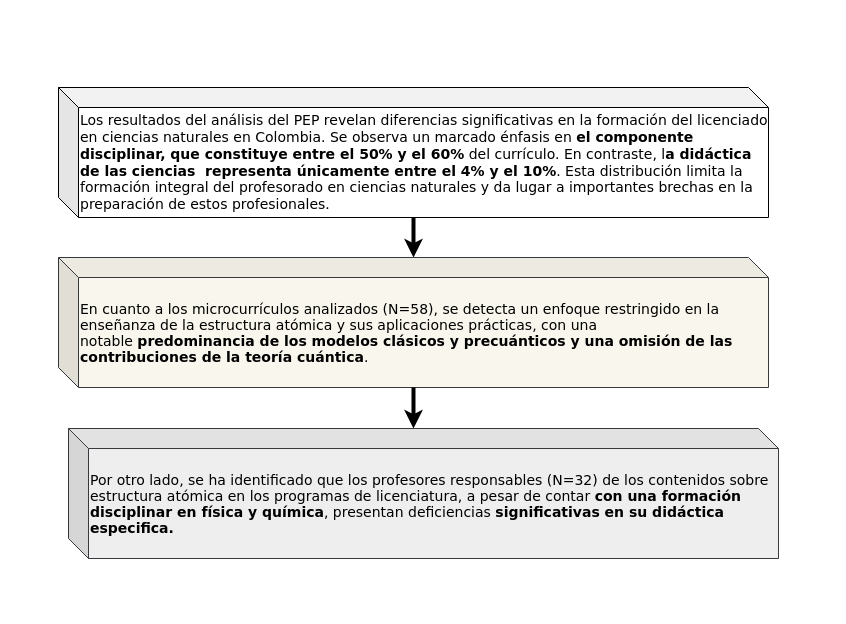
This is CDC3.drawio from luisedchaf/Drawio, a draw.io file, before an edit. Source tidied: cells renumbered, new cells numbered last; positions are measured from the earlier drawing's top-left corner, leaving out a move shared by most shapes. Both pictures are drawn from the tidied source at 100%, with x=0, y=0 at pixel (58, 87).
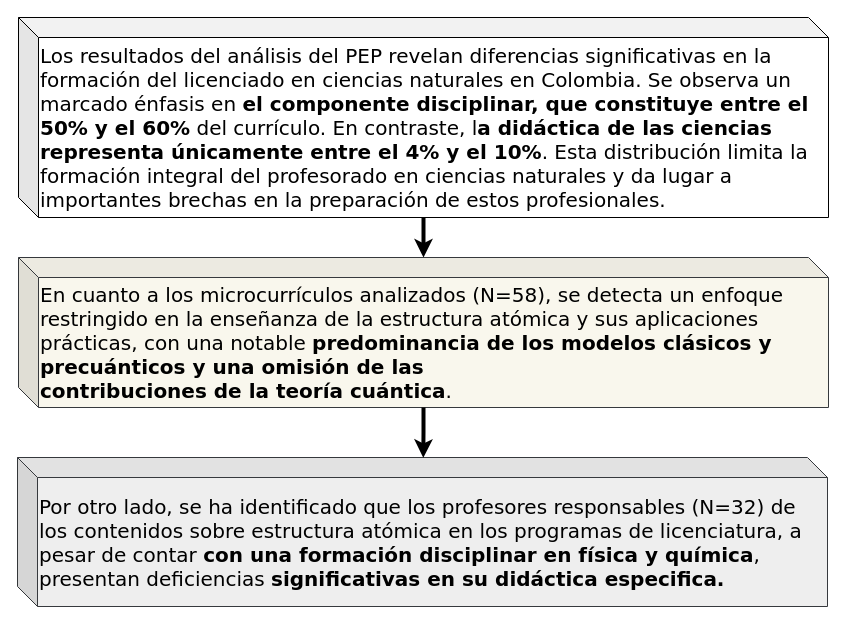
Above is the later version.

Change to the diagram source:
```diff
@@
 <mxGraphModel>
   <root>
     <mxCell id="0" />
     <mxCell id="1" parent="0" />
     <mxCell id="2" style="edgeStyle=orthogonalEdgeStyle;rounded=0;jettySize=auto;html=1;strokeWidth=4;" parent="1" edge="1" source="3" target="4">
       <mxGeometry relative="1" as="geometry" />
     </mxCell>
-    <mxCell id="3" value="&lt;div&gt;Los resultados del análisis del PEP revelan diferencias significativas en la formación del licenciado en ciencias naturales en Colombia. Se observa un marcado énfasis en &lt;b&gt;el componente disciplinar, que constituye entre el 50% y el 60%&lt;/b&gt; del currículo. En contraste, l&lt;b&gt;a didáctica de las ciencias&amp;nbsp; representa únicamente entre el 4% y el 10%&lt;/b&gt;. Esta distribución limita la formación integral del profesorado en ciencias naturales y da lugar a importantes brechas en la preparación de estos profesionales.&lt;/div&gt;" style="shape=cube;whiteSpace=wrap;html=1;boundedLbl=1;backgroundOutline=1;darkOpacity=0.05;darkOpacity2=0.1;fontSize=14;align=left;fontFamily=Verdana;" parent="1" vertex="1">
-      <mxGeometry width="710" height="130" as="geometry" />
+    <mxCell id="3" value="&lt;div&gt;Los resultados del análisis del PEP revelan diferencias significativas en la formación del licenciado en ciencias naturales en Colombia. Se observa un marcado énfasis en &lt;b&gt;el componente disciplinar, que constituye entre el 50% y el 60%&lt;/b&gt; del currículo. En contraste, l&lt;b&gt;a didáctica de las ciencias&amp;nbsp; representa únicamente entre el 4% y el 10%&lt;/b&gt;. Esta distribución limita la formación integral del profesorado en ciencias naturales y da lugar a importantes brechas en la preparación de estos profesionales.&lt;/div&gt;" style="shape=cube;whiteSpace=wrap;html=1;boundedLbl=1;backgroundOutline=1;darkOpacity=0.05;darkOpacity2=0.1;fontSize=20;align=left;fontFamily=Verdana;" parent="1" vertex="1">
+      <mxGeometry x="-40" y="-70" width="810" height="200" as="geometry" />
     </mxCell>
-    <mxCell id="4" value="&lt;p style=&quot;language:es-CO;line-height:normal;margin-top:0pt;margin-bottom:0pt;&lt;br/&gt;margin-left:0in&quot;&gt;&lt;font face=&quot;Verdana&quot;&gt;En cuanto a los microcurrículos analizados (N=58), se detecta un enfoque restringido en la enseñanza de la estructura atómica y sus aplicaciones prácticas, con una notable&amp;nbsp;&lt;span style=&quot;font-weight: bold;&quot;&gt;predominancia de los modelos clásicos y &lt;/span&gt;&lt;span style=&quot;font-weight: bold;&quot;&gt;precuánticos&lt;/span&gt;&lt;span style=&quot;font-weight: bold;&quot;&gt; y una omisión de las&lt;br&gt;contribuciones de la teoría cuántica&lt;/span&gt;.&amp;nbsp;&lt;/font&gt;&lt;/p&gt;" style="shape=cube;whiteSpace=wrap;html=1;boundedLbl=1;backgroundOutline=1;darkOpacity=0.05;darkOpacity2=0.1;fontSize=14;align=left;fontFamily=Verdana;fillColor=#f9f7ed;strokeColor=#36393d;" parent="1" vertex="1">
-      <mxGeometry y="170" width="710" height="130" as="geometry" />
+    <mxCell id="4" value="&lt;p style=&quot;language:es-CO;line-height:normal;margin-top:0pt;margin-bottom:0pt;&lt;br/&gt;margin-left:0in&quot;&gt;&lt;font face=&quot;Verdana&quot;&gt;En cuanto a los microcurrículos analizados (N=58), se detecta un enfoque restringido en la enseñanza de la estructura atómica y sus aplicaciones prácticas, con una notable&amp;nbsp;&lt;span style=&quot;font-weight: bold;&quot;&gt;predominancia de los modelos clásicos y &lt;/span&gt;&lt;span style=&quot;font-weight: bold;&quot;&gt;precuánticos&lt;/span&gt;&lt;span style=&quot;font-weight: bold;&quot;&gt; y una omisión de las&lt;br&gt;contribuciones de la teoría cuántica&lt;/span&gt;.&amp;nbsp;&lt;/font&gt;&lt;/p&gt;" style="shape=cube;whiteSpace=wrap;html=1;boundedLbl=1;backgroundOutline=1;darkOpacity=0.05;darkOpacity2=0.1;fontSize=20;align=left;fontFamily=Verdana;fillColor=#f9f7ed;strokeColor=#36393d;" parent="1" vertex="1">
+      <mxGeometry x="-40" y="170" width="810" height="150" as="geometry" />
     </mxCell>
-    <mxCell id="5" value="&lt;p style=&quot;language:es-CO;line-height:normal;margin-top:0pt;margin-bottom:0pt;&lt;br/&gt;margin-left:0in&quot;&gt;&lt;font face=&quot;Verdana&quot;&gt;Por otro lado, se ha identificado que los profesores responsables (N=32) de los contenidos sobre estructura atómica en los programas de licenciatura, a pesar de contar &lt;b&gt;con una formación disciplinar en física y química&lt;/b&gt;, presentan deficiencias &lt;b&gt;significativas en su didáctica especifica.&amp;nbsp;&lt;/b&gt;&lt;/font&gt;&lt;/p&gt;" style="shape=cube;whiteSpace=wrap;html=1;boundedLbl=1;backgroundOutline=1;darkOpacity=0.05;darkOpacity2=0.1;fontSize=14;align=left;fontFamily=Verdana;fillColor=#eeeeee;strokeColor=#36393d;" parent="1" vertex="1">
-      <mxGeometry x="10" y="341" width="710" height="130" as="geometry" />
+    <mxCell id="5" value="&lt;p style=&quot;language:es-CO;line-height:normal;margin-top:0pt;margin-bottom:0pt;&lt;br/&gt;margin-left:0in&quot;&gt;&lt;font face=&quot;Verdana&quot;&gt;Por otro lado, se ha identificado que los profesores responsables (N=32) de los contenidos sobre estructura atómica en los programas de licenciatura, a pesar de contar &lt;b&gt;con una formación disciplinar en física y química&lt;/b&gt;, presentan deficiencias &lt;b&gt;significativas en su didáctica especifica.&amp;nbsp;&lt;/b&gt;&lt;/font&gt;&lt;/p&gt;" style="shape=cube;whiteSpace=wrap;html=1;boundedLbl=1;backgroundOutline=1;darkOpacity=0.05;darkOpacity2=0.1;fontSize=20;align=left;fontFamily=Verdana;fillColor=#eeeeee;strokeColor=#36393d;" parent="1" vertex="1">
+      <mxGeometry x="-41" y="370" width="810" height="149" as="geometry" />
     </mxCell>
-    <mxCell id="6" style="edgeStyle=orthogonalEdgeStyle;rounded=0;jettySize=auto;html=1;entryX=0;entryY=0;entryDx=345;entryDy=0;entryPerimeter=0;strokeWidth=4;" parent="1" edge="1" source="4" target="5">
+    <mxCell id="6" style="edgeStyle=orthogonalEdgeStyle;rounded=0;jettySize=auto;html=1;entryX=0.501;entryY=0.002;entryDx=0;entryDy=0;entryPerimeter=0;strokeWidth=4;" parent="1" edge="1" source="4" target="5">
       <mxGeometry relative="1" as="geometry" />
     </mxCell>
   </root>
 </mxGraphModel>
```
